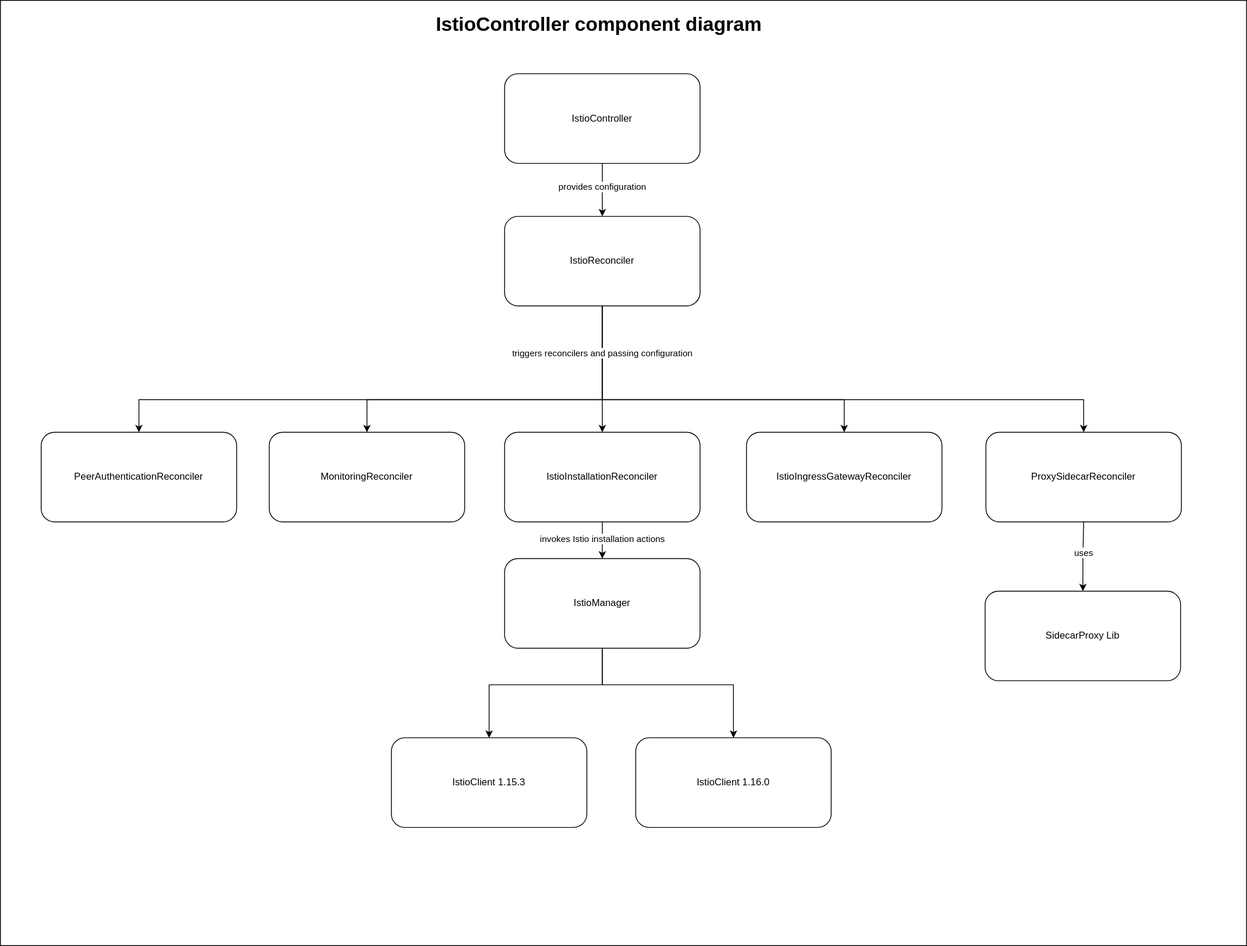
Above: docs/controller-component-diagram.svg in kyma-project/istio (draw.io), before the change. Source tidied: cells renumbered, new cells last; positions are measured from the earlier drawing's top-left corner, leaving out a move shared by most shapes.
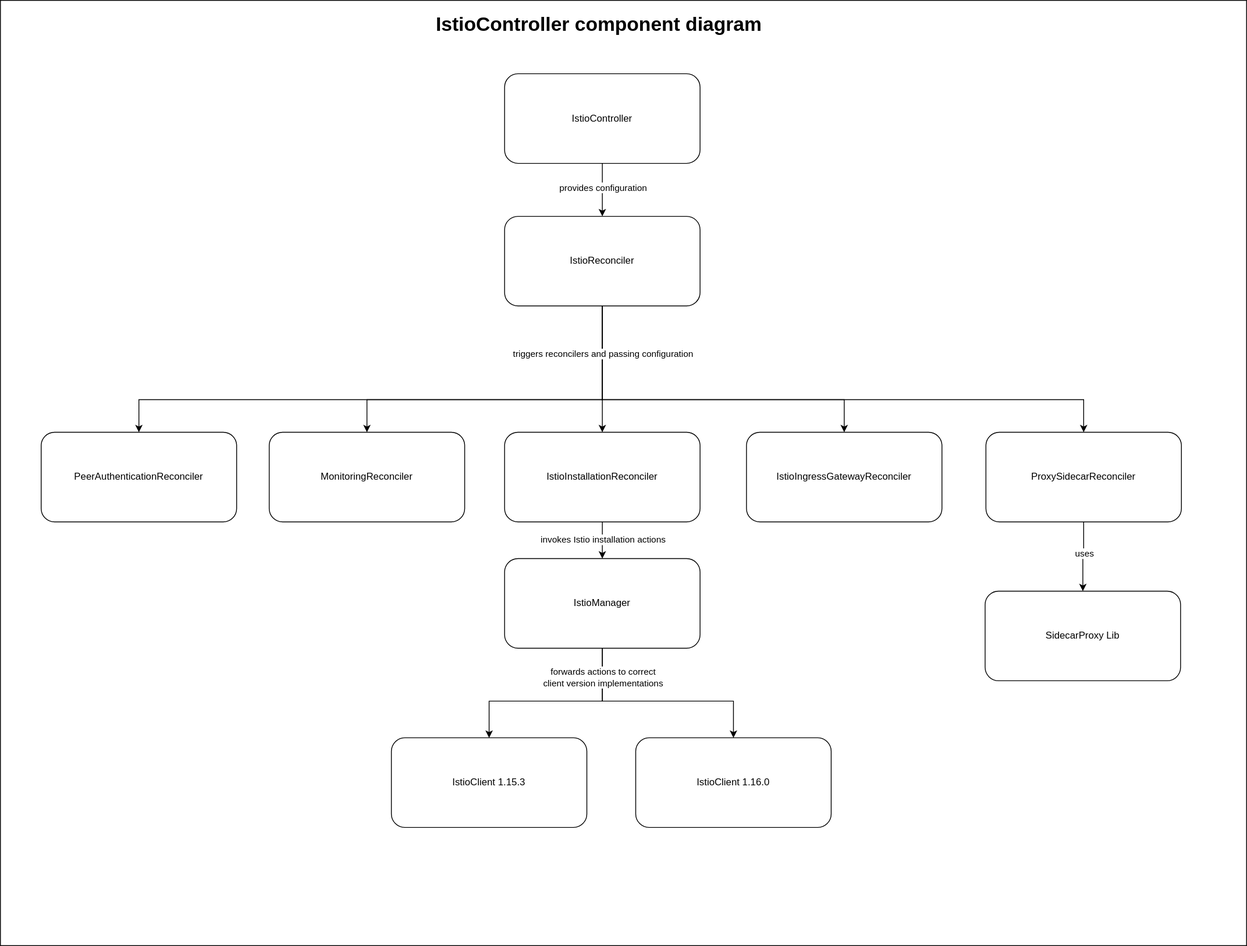
Later version of the same file.

Commit message:
Update controller component diagram

The edit, as a diff of the source:
```diff
@@ -84,19 +84,24 @@
     <mxCell id="21" style="edgeStyle=orthogonalEdgeStyle;rounded=0;jettySize=auto;html=1;entryX=0.5;entryY=0;entryDx=0;entryDy=0;" parent="1" edge="1" source="23" target="24">
       <mxGeometry relative="1" as="geometry">
         <Array as="points">
-          <mxPoint x="739" y="840" />
-          <mxPoint x="900" y="840" />
+          <mxPoint x="739" y="860" />
+          <mxPoint x="900" y="860" />
         </Array>
       </mxGeometry>
     </mxCell>
     <mxCell id="22" style="edgeStyle=orthogonalEdgeStyle;rounded=0;jettySize=auto;html=1;entryX=0.5;entryY=0;entryDx=0;entryDy=0;" parent="1" edge="1" source="23" target="25">
       <mxGeometry relative="1" as="geometry">
         <Array as="points">
-          <mxPoint x="739" y="840" />
-          <mxPoint x="600" y="840" />
+          <mxPoint x="739" y="860" />
+          <mxPoint x="600" y="860" />
         </Array>
       </mxGeometry>
     </mxCell>
+    <mxCell id="29" value="forwards actions to correct&lt;br&gt;client version implementations" style="edgeLabel;html=1;align=center;verticalAlign=middle;" parent="22" vertex="1">
+      <mxGeometry x="-0.85" y="2" relative="1" as="geometry">
+        <mxPoint x="-2" y="16" as="offset" />
+      </mxGeometry>
+    </mxCell>
     <mxCell id="23" value="IstioManager" style="rounded=1;whiteSpace=wrap;html=1;" parent="1" vertex="1">
       <mxGeometry x="619" y="685" width="240" height="110" as="geometry" />
     </mxCell>
```
